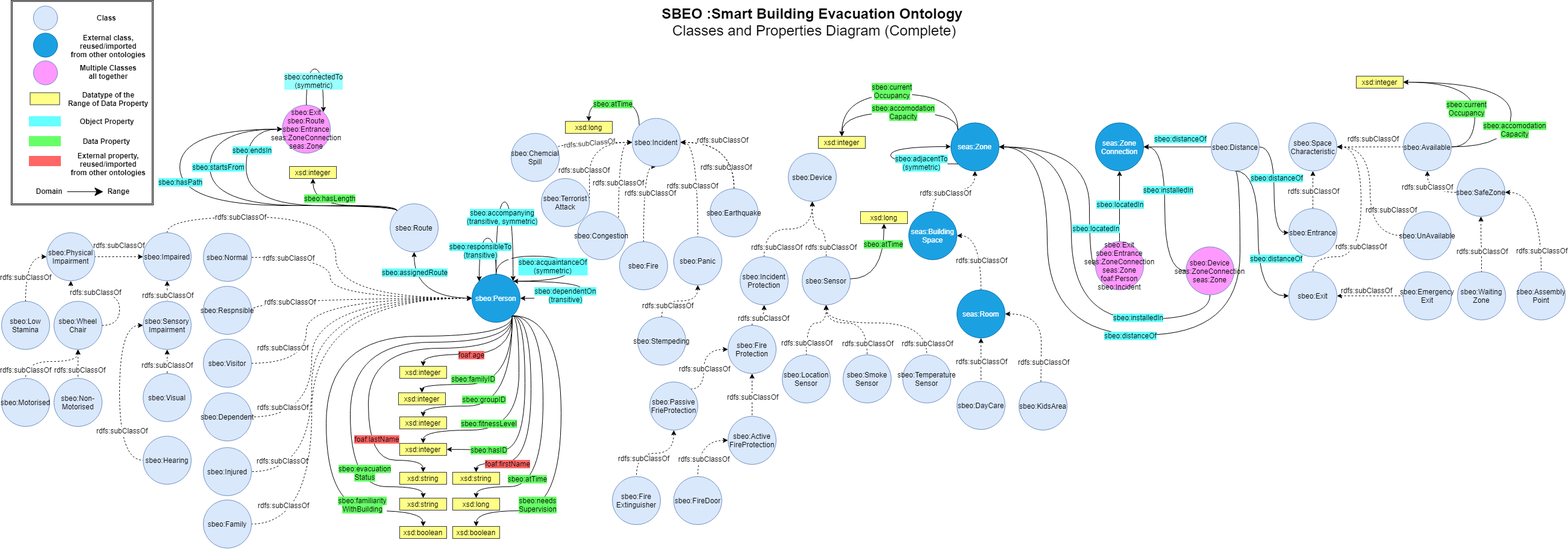
Before: Figures/SBEO_Class_Property_Diagram_Complete.png, a diagram exported from draw.io (qasimkhalid/SBEO). Source tidied: cells renumbered, new cells last; positions are measured from the earlier drawing's top-left corner, leaving out a move shared by most shapes.
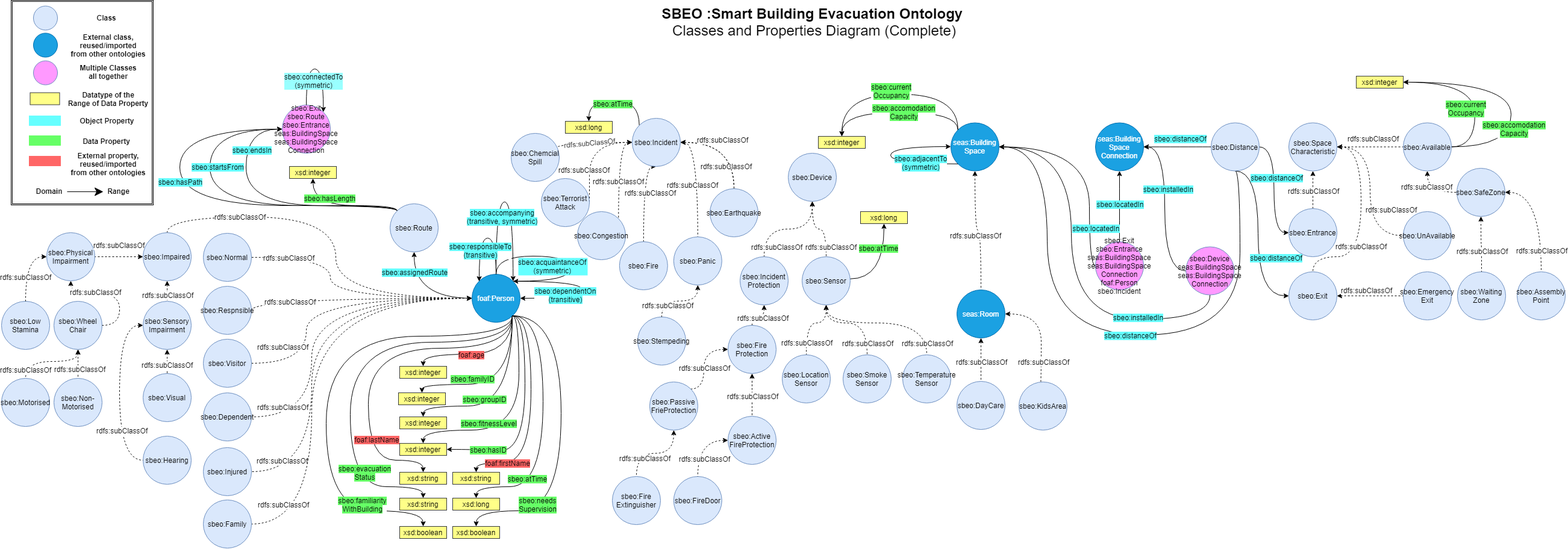
The same file after the commit.

The edit, as a diff of the source:
```diff
@@ -21,7 +21,7 @@
     <mxCell id="6" value="sbeo:Device" style="ellipse;whiteSpace=wrap;html=1;fillColor=#dae8fc;strokeColor=#6c8ebf;shadow=0;" parent="1" vertex="1">
       <mxGeometry x="1306" y="254" width="80" height="80" as="geometry" />
     </mxCell>
-    <mxCell id="7" value="seas:Zone&lt;br&gt;Connection" style="ellipse;whiteSpace=wrap;html=1;fillColor=#1ba1e2;strokeColor=#006EAF;fontColor=#ffffff;shadow=0;" parent="1" vertex="1">
+    <mxCell id="7" value="seas:Building&lt;br&gt;Space&lt;br&gt;Connection" style="ellipse;whiteSpace=wrap;html=1;fillColor=#1ba1e2;strokeColor=#006EAF;fontColor=#ffffff;shadow=0;" parent="1" vertex="1">
       <mxGeometry x="1816" y="203.5" width="80" height="80" as="geometry" />
     </mxCell>
     <mxCell id="8" style="edgeStyle=orthogonalEdgeStyle;curved=1;comic=0;jettySize=auto;html=1;entryX=1;entryY=0.5;entryDx=0;entryDy=0;shadow=0;startArrow=classic;startFill=1;endArrow=none;endFill=0;dashed=1;" parent="1" edge="1" source="23" target="136">
@@ -122,7 +122,7 @@
         <mxPoint x="-10" y="-38.3" as="offset" />
       </mxGeometry>
     </mxCell>
-    <mxCell id="23" value="sbeo:Person" style="ellipse;whiteSpace=wrap;html=1;fillColor=#1ba1e2;strokeColor=#006EAF;shadow=0;fontColor=#ffffff;" parent="1" vertex="1">
+    <mxCell id="23" value="foaf:Person" style="ellipse;whiteSpace=wrap;html=1;fillColor=#1ba1e2;strokeColor=#006EAF;shadow=0;fontColor=#ffffff;" parent="1" vertex="1">
       <mxGeometry x="781" y="455" width="80" height="80" as="geometry" />
     </mxCell>
     <mxCell id="24" style="edgeStyle=orthogonalEdgeStyle;curved=1;comic=0;jettySize=auto;html=1;entryX=1;entryY=0.5;entryDx=0;entryDy=0;shadow=0;startArrow=classic;startFill=1;endArrow=none;endFill=0;dashed=1;exitX=0;exitY=0.5;exitDx=0;exitDy=0;" parent="1" edge="1" source="38" target="112">
@@ -280,19 +280,6 @@
     <mxCell id="52" value="sbeo:Space&lt;br&gt;Characteristic" style="ellipse;fillColor=#dae8fc;strokeColor=#6c8ebf;horizontal=1;verticalAlign=middle;align=center;labelBorderColor=none;whiteSpace=wrap;html=1;shadow=0;" parent="1" vertex="1">
       <mxGeometry x="2137" y="203.5" width="80" height="80" as="geometry" />
     </mxCell>
-    <mxCell id="53" style="edgeStyle=orthogonalEdgeStyle;curved=1;comic=0;jettySize=auto;html=1;entryX=0.5;entryY=0;entryDx=0;entryDy=0;shadow=0;startArrow=classic;startFill=1;endArrow=none;endFill=0;dashed=1;exitX=0.5;exitY=1;exitDx=0;exitDy=0;" parent="1" edge="1" source="57" target="63">
-      <mxGeometry relative="1" as="geometry">
-        <Array as="points">
-          <mxPoint x="1616" y="316" />
-          <mxPoint x="1546" y="316" />
-        </Array>
-      </mxGeometry>
-    </mxCell>
-    <mxCell id="54" value="rdfs:subClassOf" style="text;html=1;align=center;verticalAlign=middle;labelBackgroundColor=#ffffff;fontColor=#000000;" parent="53" vertex="1">
-      <mxGeometry x="0.55" y="4" relative="1" as="geometry">
-        <mxPoint x="16" y="-0.8" as="offset" />
-      </mxGeometry>
-    </mxCell>
     <mxCell id="55" style="edgeStyle=orthogonalEdgeStyle;curved=1;comic=0;jettySize=auto;html=1;exitX=0;exitY=0;exitDx=0;exitDy=0;entryX=0.5;entryY=0;entryDx=0;entryDy=0;shadow=0;startArrow=none;startFill=0;endArrow=classic;endFill=1;fontColor=#000000;" parent="1" edge="1" source="57" target="199">
       <mxGeometry relative="1" as="geometry">
         <Array as="points">
@@ -306,7 +293,7 @@
         <mxPoint x="24.2" y="0.5" as="offset" />
       </mxGeometry>
     </mxCell>
-    <mxCell id="57" value="seas:Zone" style="ellipse;whiteSpace=wrap;html=1;fillColor=#1ba1e2;strokeColor=#006EAF;fontColor=#ffffff;shadow=0;" parent="1" vertex="1">
+    <mxCell id="57" value="seas:Building&lt;br&gt;Space" style="ellipse;whiteSpace=wrap;html=1;fillColor=#1ba1e2;strokeColor=#006EAF;fontColor=#ffffff;shadow=0;" parent="1" vertex="1">
       <mxGeometry x="1576" y="203.5" width="80" height="80" as="geometry" />
     </mxCell>
     <mxCell id="58" style="edgeStyle=orthogonalEdgeStyle;curved=1;comic=0;jettySize=auto;html=1;exitX=0.5;exitY=1;exitDx=0;exitDy=0;shadow=0;startArrow=classic;startFill=1;endArrow=none;endFill=0;dashed=1;" parent="1" edge="1" source="60" target="84">
@@ -318,7 +305,7 @@
     <mxCell id="60" value="sbeo:Incident&lt;br&gt;Protection" style="ellipse;whiteSpace=wrap;html=1;fillColor=#dae8fc;strokeColor=#6c8ebf;shadow=0;" parent="1" vertex="1">
       <mxGeometry x="1226" y="426" width="80" height="80" as="geometry" />
     </mxCell>
-    <mxCell id="61" style="edgeStyle=orthogonalEdgeStyle;curved=1;comic=0;jettySize=auto;html=1;shadow=0;startArrow=classic;startFill=1;endArrow=none;endFill=0;dashed=1;exitX=1;exitY=0.5;exitDx=0;exitDy=0;" parent="1" edge="1" source="63" target="68">
+    <mxCell id="61" style="edgeStyle=orthogonalEdgeStyle;curved=1;comic=0;jettySize=auto;html=1;shadow=0;startArrow=classic;startFill=1;endArrow=none;endFill=0;dashed=1;exitX=0.5;exitY=1;exitDx=0;exitDy=0;" parent="1" edge="1" source="57" target="68">
       <mxGeometry relative="1" as="geometry" />
     </mxCell>
     <mxCell id="62" value="rdfs:subClassOf" style="text;html=1;align=center;verticalAlign=middle;labelBackgroundColor=#ffffff;fontColor=#000000;" parent="61" vertex="1">
@@ -326,9 +313,6 @@
         <mxPoint x="24" y="35.2" as="offset" />
       </mxGeometry>
     </mxCell>
-    <mxCell id="63" value="seas:Building&lt;br&gt;Space" style="ellipse;whiteSpace=wrap;html=1;fillColor=#1ba1e2;strokeColor=#006EAF;fontColor=#ffffff;shadow=0;" parent="1" vertex="1">
-      <mxGeometry x="1506" y="351" width="80" height="80" as="geometry" />
-    </mxCell>
     <mxCell id="64" style="edgeStyle=orthogonalEdgeStyle;curved=1;comic=0;jettySize=auto;html=1;exitX=0.5;exitY=1;exitDx=0;exitDy=0;shadow=0;startArrow=classic;startFill=1;endArrow=none;endFill=0;entryX=0.5;entryY=0;entryDx=0;entryDy=0;dashed=1;" parent="1" edge="1" source="68" target="69">
       <mxGeometry relative="1" as="geometry" />
     </mxCell>
@@ -855,7 +839,7 @@
         <mxPoint x="1" y="-26.3" as="offset" />
       </mxGeometry>
     </mxCell>
-    <mxCell id="180" value="sbeo:Exit&lt;br&gt;sbeo:Route&lt;br&gt;sbeo:Entrance&lt;br&gt;seas:ZoneConnection&lt;br&gt;seas:Zone" style="ellipse;whiteSpace=wrap;html=1;fillColor=#FF99FF;strokeColor=#6c8ebf;rounded=0;labelBackgroundColor=none;align=center;" parent="1" vertex="1">
+    <mxCell id="180" value="sbeo:Exit&lt;br&gt;sbeo:Route&lt;br&gt;sbeo:Entrance&lt;br&gt;seas:BuildingSpace&lt;br&gt;seas:BuildingSpace&lt;br&gt;Connection" style="ellipse;whiteSpace=wrap;html=1;fillColor=#FF99FF;strokeColor=#6c8ebf;rounded=0;labelBackgroundColor=none;align=center;" parent="1" vertex="1">
       <mxGeometry x="466" y="174" width="80" height="80" as="geometry" />
     </mxCell>
     <mxCell id="181" style="edgeStyle=orthogonalEdgeStyle;curved=1;comic=0;jettySize=auto;html=1;exitX=0;exitY=0;exitDx=0;exitDy=0;shadow=0;startArrow=none;startFill=0;endArrow=classic;endFill=1;fontColor=#000000;entryX=0;entryY=0.5;entryDx=0;entryDy=0;" parent="1" edge="1" source="45" target="180">
@@ -910,7 +894,7 @@
         <mxPoint x="12" y="117" as="offset" />
       </mxGeometry>
     </mxCell>
-    <mxCell id="189" value="sbeo:Exit&lt;br&gt;sbeo:Entrance&lt;br&gt;seas:ZoneConnection&lt;br&gt;seas:Zone&lt;br&gt;foaf:Person&lt;br&gt;sbeo:Incident" style="ellipse;whiteSpace=wrap;html=1;fillColor=#FF99FF;strokeColor=#6c8ebf;rounded=0;labelBackgroundColor=none;align=center;" parent="1" vertex="1">
+    <mxCell id="189" value="sbeo:Exit&lt;br&gt;sbeo:Entrance&lt;br&gt;seas:BuildingSpace&lt;br&gt;seas:BuildingSpace&lt;br&gt;Connection&lt;br&gt;foaf:Person&lt;br&gt;sbeo:Incident" style="ellipse;whiteSpace=wrap;html=1;fillColor=#FF99FF;strokeColor=#6c8ebf;rounded=0;labelBackgroundColor=none;align=center;" parent="1" vertex="1">
       <mxGeometry x="1816" y="401" width="80" height="80" as="geometry" />
     </mxCell>
     <mxCell id="190" style="edgeStyle=orthogonalEdgeStyle;curved=1;comic=0;jettySize=auto;html=1;entryX=1;entryY=0.5;entryDx=0;entryDy=0;shadow=0;startArrow=none;startFill=0;endArrow=classic;endFill=1;fontColor=#000000;" parent="1" edge="1" source="194" target="7">
@@ -935,7 +919,7 @@
         <mxPoint x="111" y="7" as="offset" />
       </mxGeometry>
     </mxCell>
-    <mxCell id="194" value="sbeo:Device&lt;br&gt;seas:ZoneConnection&lt;br&gt;seas:Zone" style="ellipse;whiteSpace=wrap;html=1;fillColor=#FF99FF;strokeColor=#6c8ebf;rounded=0;labelBackgroundColor=none;align=center;" parent="1" vertex="1">
+    <mxCell id="194" value="sbeo:Device&lt;br&gt;seas:BuildingSpace&lt;br&gt;seas:BuildingSpace&lt;br&gt;Connection" style="ellipse;whiteSpace=wrap;html=1;fillColor=#FF99FF;strokeColor=#6c8ebf;rounded=0;labelBackgroundColor=none;align=center;" parent="1" vertex="1">
       <mxGeometry x="1966.2" y="409.5" width="80" height="80" as="geometry" />
     </mxCell>
     <mxCell id="195" value="rdfs:subClassOf" style="text;html=1;align=center;verticalAlign=middle;labelBackgroundColor=#ffffff;fontColor=#000000;" parent="1" vertex="1">
```
